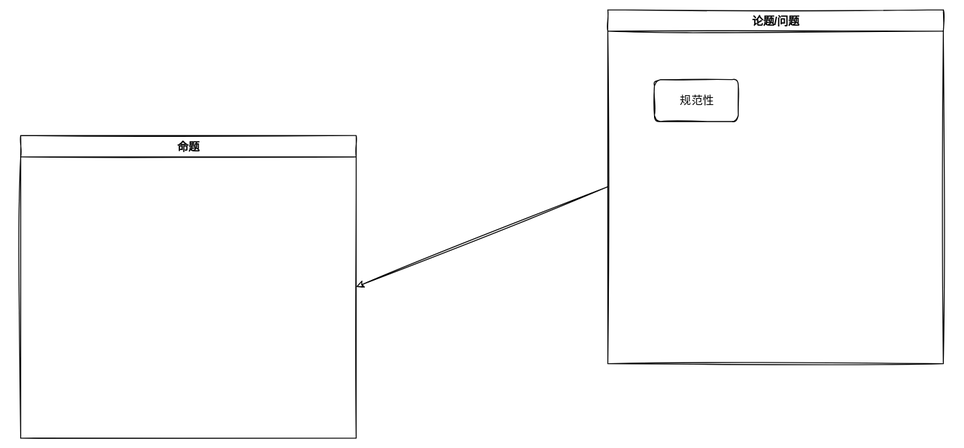
Earlier version of the draw.io export 笔记/工具/通用概念/Untitled Diagram.svg (Echo-Yanglulu/obsidianPrivateNote). Source tidied: cells renumbered, new cells last; positions are measured from the earlier drawing's top-left corner, leaving out a move shared by most shapes.
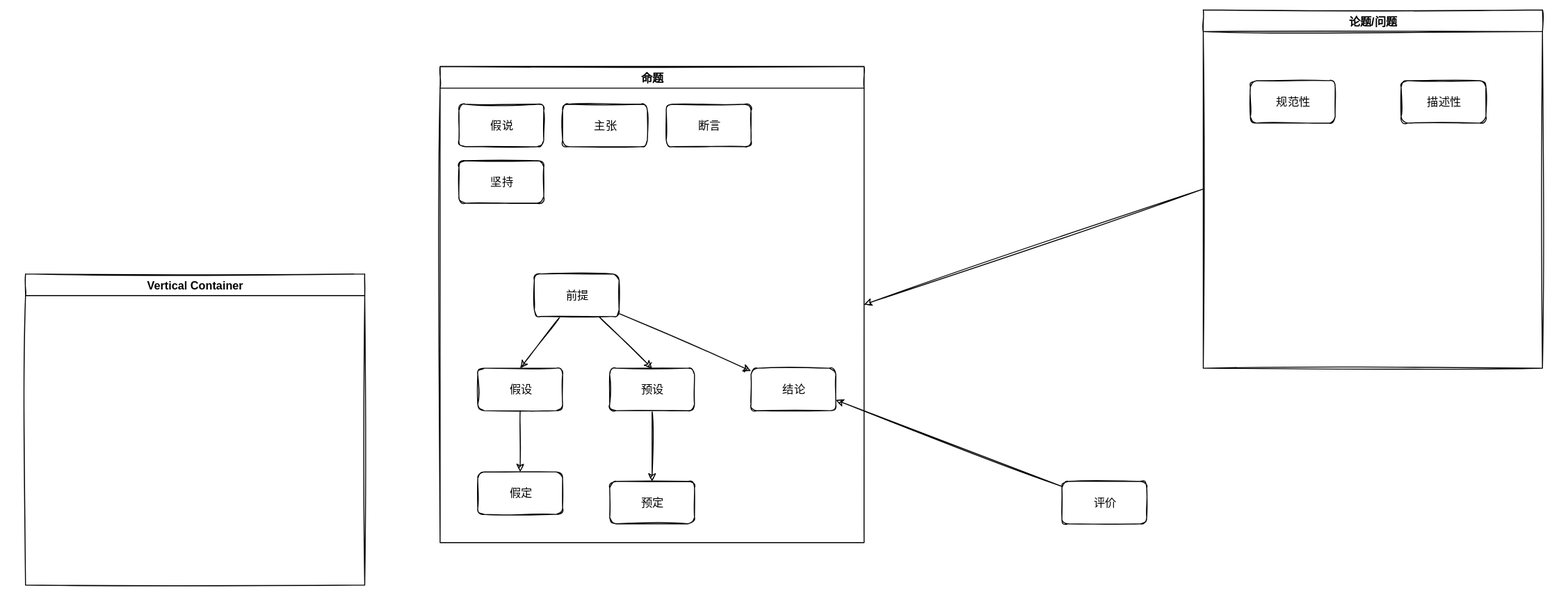
Later version of the same file.

The edit, as a diff of the source:
```diff
@@ -6,13 +6,70 @@
       <mxGeometry relative="1" as="geometry" />
     </mxCell>
     <mxCell id="3" value="命题" style="swimlane;" parent="1" vertex="1">
-      <mxGeometry y="135" width="360" height="325" as="geometry" />
+      <mxGeometry x="-180" y="60" width="450" height="505" as="geometry" />
     </mxCell>
+    <mxCell id="6" value="假说" style="rounded=1;whiteSpace=wrap;html=1;" parent="3" vertex="1">
+      <mxGeometry x="20" y="40" width="90" height="45" as="geometry" />
+    </mxCell>
+    <mxCell id="7" value="主张" style="rounded=1;whiteSpace=wrap;html=1;" parent="3" vertex="1">
+      <mxGeometry x="130" y="40" width="90" height="45" as="geometry" />
+    </mxCell>
+    <mxCell id="8" value="断言" style="rounded=1;whiteSpace=wrap;html=1;" parent="3" vertex="1">
+      <mxGeometry x="240" y="40" width="90" height="45" as="geometry" />
+    </mxCell>
+    <mxCell id="9" value="坚持" style="rounded=1;whiteSpace=wrap;html=1;" parent="3" vertex="1">
+      <mxGeometry x="20" y="100" width="90" height="45" as="geometry" />
+    </mxCell>
+    <mxCell id="10" value="结论" style="rounded=1;whiteSpace=wrap;html=1;" parent="3" vertex="1">
+      <mxGeometry x="330" y="320" width="90" height="45" as="geometry" />
+    </mxCell>
+    <mxCell id="11" style="edgeStyle=none;html=1;entryX=0.5;entryY=0;entryDx=0;entryDy=0;" parent="3" edge="1" source="14" target="16">
+      <mxGeometry relative="1" as="geometry" />
+    </mxCell>
+    <mxCell id="12" style="edgeStyle=none;html=1;entryX=0.5;entryY=0;entryDx=0;entryDy=0;" parent="3" edge="1" source="14" target="19">
+      <mxGeometry relative="1" as="geometry" />
+    </mxCell>
+    <mxCell id="13" style="edgeStyle=none;html=1;" parent="3" edge="1" source="14" target="10">
+      <mxGeometry relative="1" as="geometry" />
+    </mxCell>
+    <mxCell id="14" value="前提" style="rounded=1;whiteSpace=wrap;html=1;" parent="3" vertex="1">
+      <mxGeometry x="100" y="220" width="90" height="45" as="geometry" />
+    </mxCell>
+    <mxCell id="15" style="edgeStyle=none;html=1;entryX=0.5;entryY=0;entryDx=0;entryDy=0;" parent="3" edge="1" source="16" target="17">
+      <mxGeometry relative="1" as="geometry" />
+    </mxCell>
+    <mxCell id="16" value="假设" style="rounded=1;whiteSpace=wrap;html=1;" parent="3" vertex="1">
+      <mxGeometry x="40" y="320" width="90" height="45" as="geometry" />
+    </mxCell>
+    <mxCell id="17" value="假定" style="rounded=1;whiteSpace=wrap;html=1;" parent="3" vertex="1">
+      <mxGeometry x="40" y="430" width="90" height="45" as="geometry" />
+    </mxCell>
+    <mxCell id="18" style="edgeStyle=none;html=1;entryX=0.5;entryY=0;entryDx=0;entryDy=0;" parent="3" edge="1" source="19" target="20">
+      <mxGeometry relative="1" as="geometry" />
+    </mxCell>
+    <mxCell id="19" value="预设" style="rounded=1;whiteSpace=wrap;html=1;" parent="3" vertex="1">
+      <mxGeometry x="180" y="320" width="90" height="45" as="geometry" />
+    </mxCell>
+    <mxCell id="20" value="预定" style="rounded=1;whiteSpace=wrap;html=1;" parent="3" vertex="1">
+      <mxGeometry x="180" y="440" width="90" height="45" as="geometry" />
+    </mxCell>
     <mxCell id="4" value="论题/问题" style="swimlane;startSize=23;" parent="1" vertex="1">
       <mxGeometry x="630" width="360" height="380" as="geometry" />
     </mxCell>
     <mxCell id="5" value="规范性" style="rounded=1;whiteSpace=wrap;html=1;" parent="4" vertex="1">
       <mxGeometry x="50" y="75" width="90" height="45" as="geometry" />
     </mxCell>
+    <mxCell id="21" value="描述性" style="rounded=1;whiteSpace=wrap;html=1;" parent="4" vertex="1">
+      <mxGeometry x="210" y="75" width="90" height="45" as="geometry" />
+    </mxCell>
+    <mxCell id="22" style="edgeStyle=none;html=1;entryX=1;entryY=0.75;entryDx=0;entryDy=0;" parent="1" edge="1" source="23" target="10">
+      <mxGeometry relative="1" as="geometry" />
+    </mxCell>
+    <mxCell id="23" value="评价" style="rounded=1;whiteSpace=wrap;html=1;" parent="1" vertex="1">
+      <mxGeometry x="480" y="500" width="90" height="45" as="geometry" />
+    </mxCell>
+    <mxCell id="24" value="Vertical Container" style="swimlane;" parent="1" vertex="1">
+      <mxGeometry x="-620" y="280" width="360" height="330" as="geometry" />
+    </mxCell>
   </root>
 </mxGraphModel>
```
